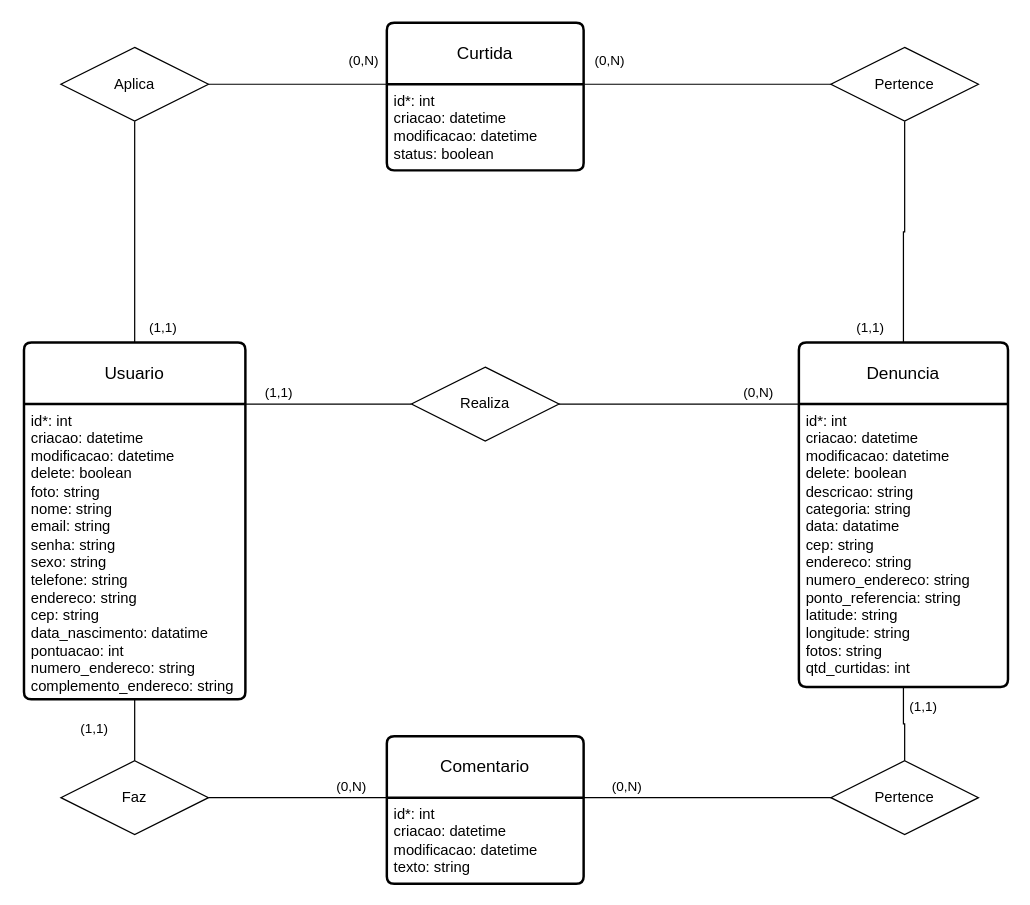
This is Documentação/Diagramas/Diagrama Entidade Relacionamento.drawio from frsouzaa/Documentacao-TCC-NossaVia, a draw.io file, before an edit. Source tidied: cells renumbered, new cells numbered last; positions are measured from the earlier drawing's top-left corner, leaving out a move shared by most shapes. Both pictures are drawn from the tidied source at 123%, with x=0, y=0 at pixel (23, 22).
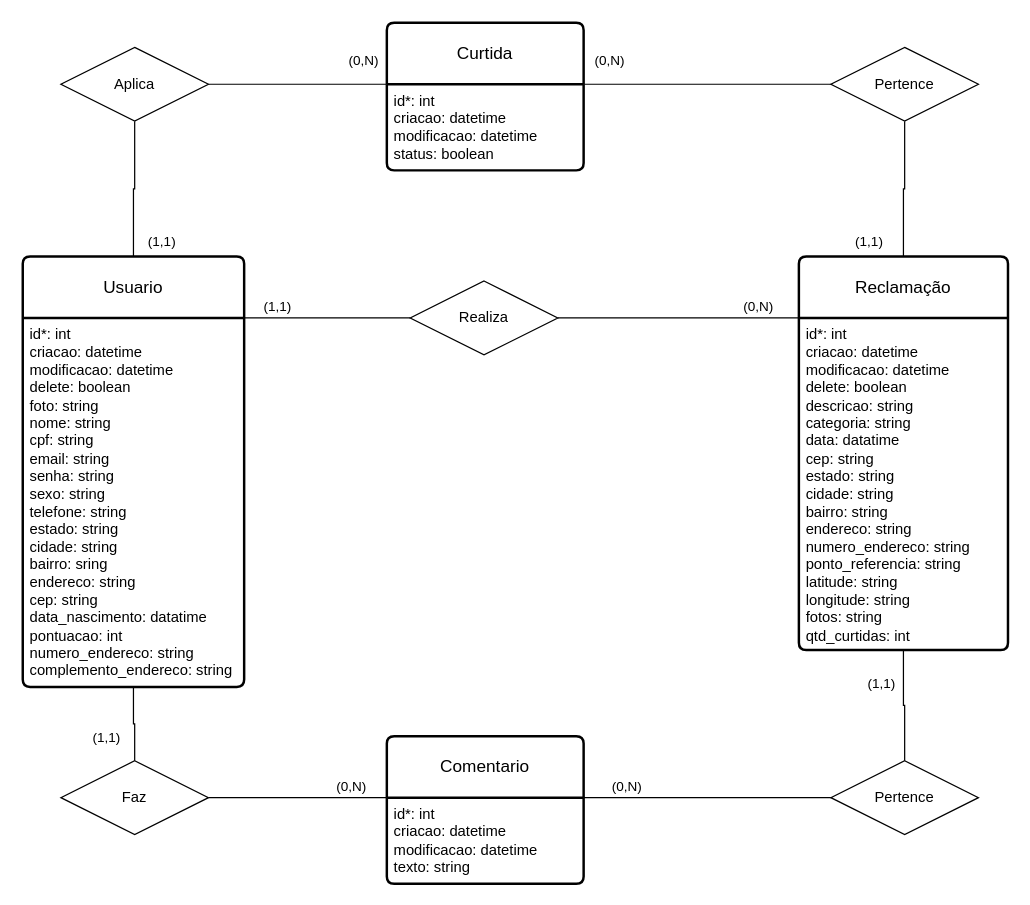
After the change.

Unchanged cells that the change refers to:
```xml
<mxCell id="20" style="edgeStyle=orthogonalEdgeStyle;rounded=0;jettySize=auto;html=1;exitX=0.5;exitY=0;exitDx=0;exitDy=0;entryX=0.5;entryY=1;entryDx=0;entryDy=0;endArrow=none;endFill=0;" parent="1" edge="1" source="22" target="3">
  <mxGeometry relative="1" as="geometry" />
</mxCell>
<mxCell id="23" style="edgeStyle=orthogonalEdgeStyle;rounded=0;jettySize=auto;html=1;exitX=0.5;exitY=0;exitDx=0;exitDy=0;entryX=0.5;entryY=1;entryDx=0;entryDy=0;endArrow=none;endFill=0;" parent="1" edge="1" source="27" target="5">
  <mxGeometry relative="1" as="geometry" />
</mxCell>
```

The edit, as a diff of the source:
```diff
@@
     <mxCell id="2" value="Usuario" style="swimlane;horizontal=1;startSize=50;rounded=1;fontSize=14;fontStyle=0;strokeWidth=2;shadow=0;dashed=0;align=center;arcSize=4;whiteSpace=wrap;html=1;" parent="1" vertex="1">
-      <mxGeometry y="260" width="180" height="290" as="geometry" />
+      <mxGeometry x="-1" y="190" width="180" height="350" as="geometry" />
     </mxCell>
-    <mxCell id="3" value="&lt;font style=&quot;font-size: 12px;&quot;&gt;id*: int&lt;/font&gt;&lt;div&gt;&lt;font style=&quot;font-size: 12px;&quot;&gt;criacao: datetime&lt;/font&gt;&lt;/div&gt;&lt;div&gt;&lt;font style=&quot;font-size: 12px;&quot;&gt;modificacao: datetime&lt;/font&gt;&lt;/div&gt;&lt;div&gt;&lt;font style=&quot;font-size: 12px;&quot;&gt;delete: boolean&lt;/font&gt;&lt;/div&gt;&lt;div&gt;&lt;font style=&quot;font-size: 12px;&quot;&gt;foto: string&lt;br&gt;nome: string&lt;br&gt;email: string&lt;br&gt;senha: string&lt;/font&gt;&lt;/div&gt;&lt;div&gt;&lt;font style=&quot;font-size: 12px;&quot;&gt;sexo: string&lt;/font&gt;&lt;/div&gt;&lt;div&gt;&lt;font style=&quot;font-size: 12px;&quot;&gt;telefone: string&lt;br&gt;endereco: string&lt;br&gt;cep: string&lt;br&gt;&lt;/font&gt;&lt;div style=&quot;&quot;&gt;&lt;font style=&quot;font-size: 12px;&quot;&gt;&lt;font style=&quot;font-size: 12px;&quot;&gt;data_nascimento: datatime&lt;br&gt;pontuacao: int&lt;br&gt;&lt;/font&gt;numero_endereco: string&lt;/font&gt;&lt;/div&gt;&lt;/div&gt;&lt;div style=&quot;&quot;&gt;&lt;font style=&quot;font-size: 12px;&quot;&gt;complemento_endereco: string&lt;/font&gt;&lt;/div&gt;" style="align=left;strokeColor=none;fillColor=none;spacingLeft=4;fontSize=12;verticalAlign=top;html=1;" parent="2" vertex="1">
-      <mxGeometry y="50" width="180" height="240" as="geometry" />
+    <mxCell id="3" value="&lt;font style=&quot;font-size: 12px;&quot;&gt;id*: int&lt;/font&gt;&lt;div&gt;&lt;font style=&quot;font-size: 12px;&quot;&gt;criacao: datetime&lt;/font&gt;&lt;/div&gt;&lt;div&gt;&lt;font style=&quot;font-size: 12px;&quot;&gt;modificacao: datetime&lt;/font&gt;&lt;/div&gt;&lt;div&gt;&lt;font style=&quot;font-size: 12px;&quot;&gt;delete: boolean&lt;/font&gt;&lt;/div&gt;&lt;div&gt;&lt;font style=&quot;font-size: 12px;&quot;&gt;foto: string&lt;br&gt;nome: string&lt;/font&gt;&lt;/div&gt;&lt;div&gt;&lt;font style=&quot;font-size: 12px;&quot;&gt;cpf: string&lt;br&gt;email: string&lt;br&gt;senha: string&lt;/font&gt;&lt;/div&gt;&lt;div&gt;&lt;font style=&quot;font-size: 12px;&quot;&gt;sexo: string&lt;/font&gt;&lt;/div&gt;&lt;div&gt;&lt;font style=&quot;font-size: 12px;&quot;&gt;telefone: string&lt;/font&gt;&lt;/div&gt;&lt;div&gt;&lt;font style=&quot;font-size: 12px;&quot;&gt;estado: string&lt;/font&gt;&lt;/div&gt;&lt;div&gt;&lt;font style=&quot;font-size: 12px;&quot;&gt;cidade: string&lt;/font&gt;&lt;/div&gt;&lt;div&gt;&lt;font style=&quot;font-size: 12px;&quot;&gt;bairro: sring&lt;br&gt;endereco: string&lt;br&gt;cep: string&lt;br&gt;&lt;/font&gt;&lt;div style=&quot;&quot;&gt;&lt;font style=&quot;font-size: 12px;&quot;&gt;&lt;font style=&quot;font-size: 12px;&quot;&gt;data_nascimento: datatime&lt;br&gt;pontuacao: int&lt;br&gt;&lt;/font&gt;numero_endereco: string&lt;/font&gt;&lt;/div&gt;&lt;/div&gt;&lt;div style=&quot;&quot;&gt;&lt;font style=&quot;font-size: 12px;&quot;&gt;complemento_endereco: string&lt;/font&gt;&lt;/div&gt;" style="align=left;strokeColor=none;fillColor=none;spacingLeft=4;fontSize=12;verticalAlign=top;html=1;" parent="2" vertex="1">
+      <mxGeometry y="50" width="180" height="300" as="geometry" />
     </mxCell>
-    <mxCell id="4" value="Denuncia" style="swimlane;horizontal=1;startSize=50;rounded=1;fontSize=14;fontStyle=0;strokeWidth=2;shadow=0;dashed=0;align=center;arcSize=4;whiteSpace=wrap;html=1;" parent="1" vertex="1">
-      <mxGeometry x="630" y="260" width="170" height="280" as="geometry" />
+    <mxCell id="4" value="Reclamação" style="swimlane;horizontal=1;startSize=50;rounded=1;fontSize=14;fontStyle=0;strokeWidth=2;shadow=0;dashed=0;align=center;arcSize=4;whiteSpace=wrap;html=1;" parent="1" vertex="1">
+      <mxGeometry x="630" y="190" width="170" height="320" as="geometry" />
     </mxCell>
-    <mxCell id="5" value="&lt;font style=&quot;font-size: 12px;&quot;&gt;id*: int&lt;/font&gt;&lt;div&gt;&lt;font style=&quot;font-size: 12px;&quot;&gt;&lt;div style=&quot;&quot;&gt;&lt;font style=&quot;font-size: 12px;&quot;&gt;criacao: datetime&lt;/font&gt;&lt;/div&gt;&lt;div style=&quot;&quot;&gt;&lt;font style=&quot;font-size: 12px;&quot;&gt;modificacao: datetime&lt;/font&gt;&lt;/div&gt;&lt;div style=&quot;&quot;&gt;&lt;font style=&quot;font-size: 12px;&quot;&gt;delete: boolean&lt;/font&gt;&lt;/div&gt;descricao: string&lt;br&gt;categoria: string&lt;br&gt;data: datatime&lt;br&gt;cep: string&lt;/font&gt;&lt;/div&gt;&lt;div&gt;&lt;font style=&quot;font-size: 12px;&quot;&gt;endereco: string&lt;br&gt;numero_endereco: string&lt;/font&gt;&lt;/div&gt;&lt;div&gt;&lt;font style=&quot;font-size: 12px;&quot;&gt;ponto_referencia: string&lt;/font&gt;&lt;/div&gt;&lt;div&gt;&lt;div&gt;&lt;span style=&quot;background-color: initial;&quot;&gt;&lt;font style=&quot;font-size: 12px;&quot;&gt;latitude: string&lt;/font&gt;&lt;/span&gt;&lt;div style=&quot;&quot;&gt;&lt;font style=&quot;font-size: 12px;&quot;&gt;&lt;font style=&quot;font-size: 12px;&quot;&gt;longitude: string&lt;br&gt;&lt;/font&gt;fotos: string&lt;/font&gt;&lt;/div&gt;&lt;div style=&quot;&quot;&gt;&lt;font style=&quot;font-size: 12px;&quot;&gt;qtd_curtidas: int&lt;/font&gt;&lt;/div&gt;&lt;/div&gt;&lt;/div&gt;" style="align=left;strokeColor=none;fillColor=none;spacingLeft=4;fontSize=12;verticalAlign=top;html=1;" parent="4" vertex="1">
-      <mxGeometry y="50" width="170" height="230" as="geometry" />
+    <mxCell id="5" value="&lt;font style=&quot;font-size: 12px;&quot;&gt;id*: int&lt;/font&gt;&lt;div&gt;&lt;font style=&quot;font-size: 12px;&quot;&gt;&lt;div style=&quot;&quot;&gt;&lt;font style=&quot;font-size: 12px;&quot;&gt;criacao: datetime&lt;/font&gt;&lt;/div&gt;&lt;div style=&quot;&quot;&gt;&lt;font style=&quot;font-size: 12px;&quot;&gt;modificacao: datetime&lt;/font&gt;&lt;/div&gt;&lt;div style=&quot;&quot;&gt;&lt;font style=&quot;font-size: 12px;&quot;&gt;delete: boolean&lt;/font&gt;&lt;/div&gt;descricao: string&lt;br&gt;categoria: string&lt;br&gt;data: datatime&lt;br&gt;cep: string&lt;/font&gt;&lt;/div&gt;&lt;div&gt;&lt;font style=&quot;font-size: 12px;&quot;&gt;estado: string&lt;/font&gt;&lt;/div&gt;&lt;div&gt;&lt;font style=&quot;font-size: 12px;&quot;&gt;cidade: string&lt;/font&gt;&lt;/div&gt;&lt;div&gt;&lt;font style=&quot;font-size: 12px;&quot;&gt;bairro: string&lt;/font&gt;&lt;/div&gt;&lt;div&gt;&lt;font style=&quot;font-size: 12px;&quot;&gt;endereco: string&lt;br&gt;numero_endereco: string&lt;/font&gt;&lt;/div&gt;&lt;div&gt;&lt;font style=&quot;font-size: 12px;&quot;&gt;ponto_referencia: string&lt;/font&gt;&lt;/div&gt;&lt;div&gt;&lt;div&gt;&lt;span style=&quot;background-color: initial;&quot;&gt;&lt;font style=&quot;font-size: 12px;&quot;&gt;latitude: string&lt;/font&gt;&lt;/span&gt;&lt;div style=&quot;&quot;&gt;&lt;font style=&quot;font-size: 12px;&quot;&gt;&lt;font style=&quot;font-size: 12px;&quot;&gt;longitude: string&lt;br&gt;&lt;/font&gt;fotos: string&lt;/font&gt;&lt;/div&gt;&lt;div style=&quot;&quot;&gt;&lt;font style=&quot;font-size: 12px;&quot;&gt;qtd_curtidas: int&lt;/font&gt;&lt;/div&gt;&lt;/div&gt;&lt;/div&gt;" style="align=left;strokeColor=none;fillColor=none;spacingLeft=4;fontSize=12;verticalAlign=top;html=1;" parent="4" vertex="1">
+      <mxGeometry y="50" width="170" height="270" as="geometry" />
     </mxCell>
@@
     <mxCell id="13" value="Realiza" style="shape=rhombus;perimeter=rhombusPerimeter;whiteSpace=wrap;html=1;align=center;" parent="1" vertex="1">
-      <mxGeometry x="315" y="280" width="120" height="60" as="geometry" />
+      <mxGeometry x="314" y="210" width="120" height="60" as="geometry" />
     </mxCell>
@@
     <mxCell id="21" value="(1,1)" style="edgeLabel;html=1;align=center;verticalAlign=middle;" parent="20" vertex="1">
       <mxGeometry x="0.62" y="2" relative="1" as="geometry">
-        <mxPoint x="-32" y="14" as="offset" />
+        <mxPoint x="-21" y="28" as="offset" />
       </mxGeometry>
     </mxCell>
@@
     <mxCell id="24" value="(1,1)" style="edgeLabel;html=1;align=center;verticalAlign=middle;" parent="23" vertex="1">
       <mxGeometry x="0.57" y="1" relative="1" as="geometry">
-        <mxPoint x="16" y="2" as="offset" />
+        <mxPoint x="-18" y="6" as="offset" />
       </mxGeometry>
     </mxCell>
@@
     <mxCell id="32" value="(1,1)" style="edgeLabel;html=1;align=center;verticalAlign=middle;" parent="1" vertex="1">
-      <mxGeometry x="691" y="300" as="geometry">
+      <mxGeometry x="690" y="230" as="geometry">
         <mxPoint x="-4" y="-53" as="offset" />
       </mxGeometry>
     </mxCell>
     <mxCell id="33" value="(1,1)" style="edgeLabel;html=1;align=center;verticalAlign=middle;" parent="1" vertex="1">
-      <mxGeometry x="116" y="300" as="geometry">
+      <mxGeometry x="115" y="230" as="geometry">
         <mxPoint x="-4" y="-53" as="offset" />
       </mxGeometry>
     </mxCell>
```
